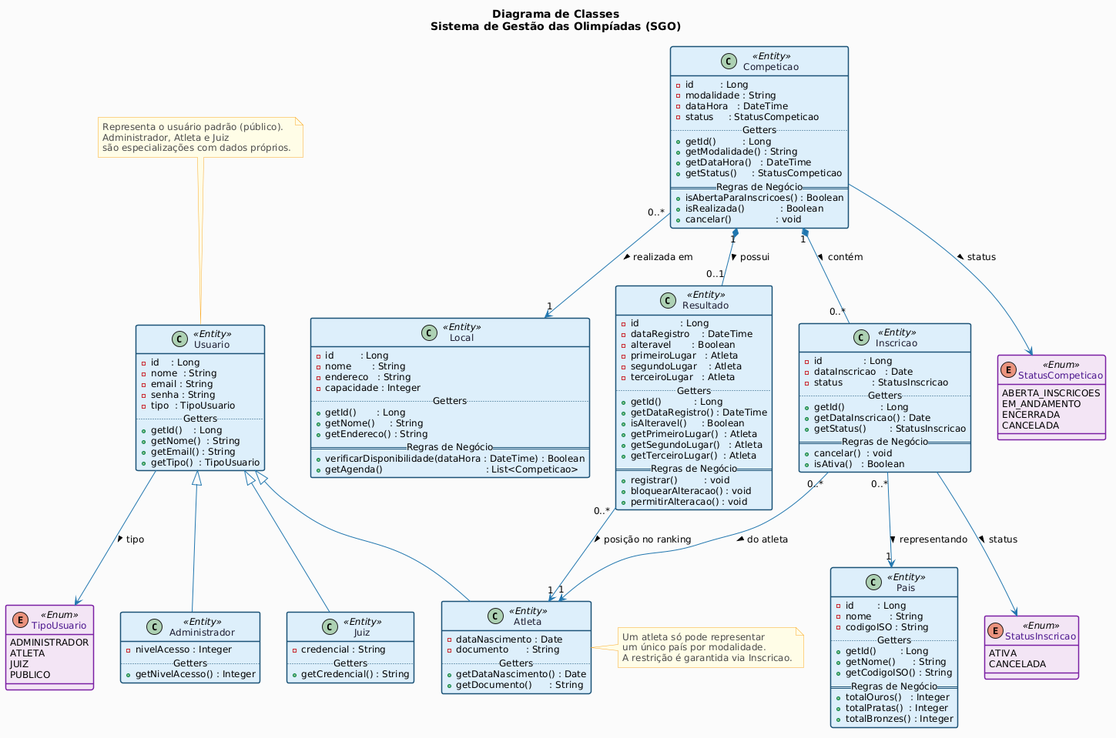
LauraPontara/projeto-de-software keeps this PlantUML diagram as sgo/imagens/diagrama-de-classes.png. Above is the earlier version. Its source is kept beside it as sgo/codigos/diagrama-de-classes.puml. Its diagram source:
```plantuml
@startuml diagrama-de-classes-sgo

title Diagrama de Classes\nSistema de Gestão das Olimpíadas (SGO)

skinparam backgroundColor #FAFAFA
skinparam shadowing false
skinparam defaultFontName Arial
skinparam defaultFontSize 12
skinparam classAttributeIconSize 8

skinparam class {
  BackgroundColor       #EAF4FB
  BorderColor           #2176AE
  FontColor             #1A1A2E
  HeaderBackgroundColor #BBDEFB
  BorderThickness       1.5
  ArrowColor            #2176AE
}

skinparam class {
  BackgroundColor<<Entity>>  #DCEEFB
  BorderColor<<Entity>>      #1A5276

  BackgroundColor<<Enum>>    #F3E5F5
  BorderColor<<Enum>>        #7B1FA2
  FontColor<<Enum>>          #4A148C
}

skinparam package {
  BackgroundColor #F0F7FF
  BorderColor     #1A5276
  FontColor       #1A5276
  FontStyle       bold
  BorderThickness 2
}

skinparam note {
  BackgroundColor #FFFDE7
  BorderColor     #F9A825
  FontColor       #4A4A4A
}


enum TipoUsuario <<Enum>> {
  ADMINISTRADOR
  ATLETA
  JUIZ
  PUBLICO
}

enum StatusCompeticao <<Enum>> {
  ABERTA_INSCRICOES
  EM_ANDAMENTO
  ENCERRADA
  CANCELADA
}

enum StatusInscricao <<Enum>> {
  ATIVA
  CANCELADA
}


class Usuario <<Entity>> {
  - id    : Long
  - nome  : String
  - email : String
  - senha : String
  - tipo  : TipoUsuario
  .. Getters ..
  + getId()    : Long
  + getNome()  : String
  + getEmail() : String
  + getTipo()  : TipoUsuario
}

class Administrador <<Entity>> {
  - nivelAcesso : Integer
  .. Getters ..
  + getNivelAcesso() : Integer
}

class Atleta <<Entity>> {
  - dataNascimento : Date
  - documento      : String
  .. Getters ..
  + getDataNascimento() : Date
  + getDocumento()      : String
}

class Juiz <<Entity>> {
  - credencial : String
  .. Getters ..
  + getCredencial() : String
}

Usuario <|-- Administrador
Usuario <|-- Atleta
Usuario <|-- Juiz


class Pais <<Entity>> {
  - id        : Long
  - nome      : String
  - codigoISO : String
  .. Getters ..
  + getId()        : Long
  + getNome()      : String
  + getCodigoISO() : String
  == Regras de Negócio ==
  + totalOuros()   : Integer
  + totalPratas()  : Integer
  + totalBronzes() : Integer
}

class Competicao <<Entity>> {
  - id         : Long
  - modalidade : String
  - dataHora   : DateTime
  - status     : StatusCompeticao
  .. Getters ..
  + getId()         : Long
  + getModalidade() : String
  + getDataHora()   : DateTime
  + getStatus()     : StatusCompeticao
  == Regras de Negócio ==
  + isAbertaParaInscricoes() : Boolean
  + isRealizada()            : Boolean
  + cancelar()               : void
}

class Local <<Entity>> {
  - id         : Long
  - nome       : String
  - endereco   : String
  - capacidade : Integer
  .. Getters ..
  + getId()       : Long
  + getNome()     : String
  + getEndereco() : String
  == Regras de Negócio ==
  + verificarDisponibilidade(dataHora : DateTime) : Boolean
  + getAgenda()                                   : List<Competicao>
}

class Inscricao <<Entity>> {
  - id              : Long
  - dataInscricao   : Date
  - status          : StatusInscricao
  .. Getters ..
  + getId()            : Long
  + getDataInscricao() : Date
  + getStatus()        : StatusInscricao
  == Regras de Negócio ==
  + cancelar()  : void
  + isAtiva()   : Boolean
}

class Resultado <<Entity>> {
  - id              : Long
  - dataRegistro    : DateTime
  - alteravel       : Boolean
  - primeiroLugar   : Atleta
  - segundoLugar    : Atleta
  - terceiroLugar   : Atleta
  .. Getters ..
  + getId()           : Long
  + getDataRegistro() : DateTime
  + isAlteravel()     : Boolean
  + getPrimeiroLugar()  : Atleta
  + getSegundoLugar()   : Atleta
  + getTerceiroLugar()  : Atleta
  == Regras de Negócio ==
  + registrar()         : void
  + bloquearAlteracao() : void
  + permitirAlteracao() : void
}


Competicao "0..*" --> "1" Local : realizada em >

Competicao "1" *-- "0..*" Inscricao : contém >

Competicao "1" *-- "0..1" Resultado : possui >

Inscricao "0..*" --> "1" Atleta : do atleta >

Inscricao "0..*" --> "1" Pais : representando >

Resultado "0..*" --> "1" Atleta : posição no ranking >


Usuario    --> TipoUsuario      : tipo >
Competicao --> StatusCompeticao : status >
Inscricao  --> StatusInscricao  : status >


note top of Usuario
  Representa o usuário padrão (público).
  Administrador, Atleta e Juiz
  são especializações com dados próprios.
end note

note right of Atleta
  Um atleta só pode representar
  um único país por modalidade.
  A restrição é garantida via Inscricao.
end note


@enduml
```
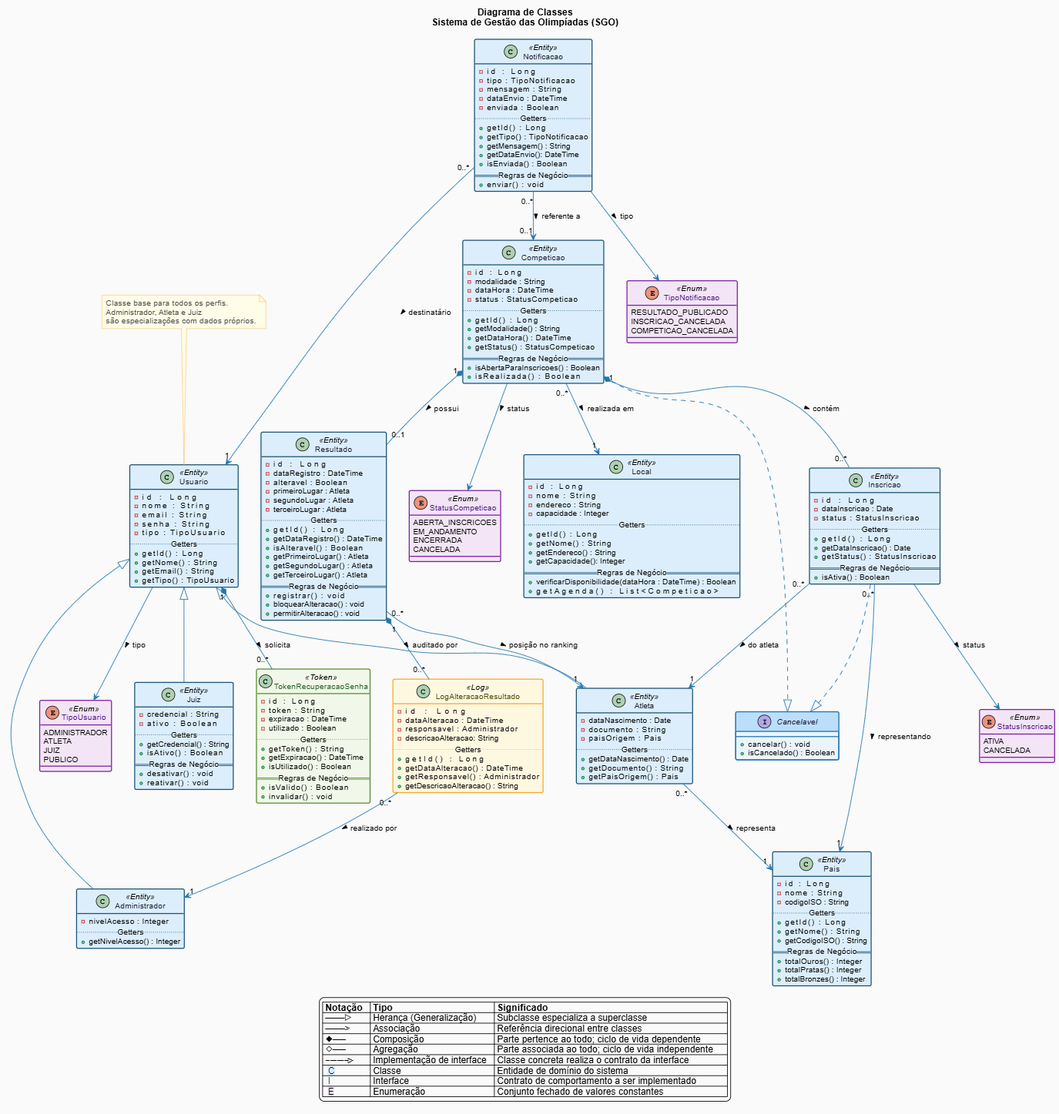
The same file after the commit.

Commit message:
Atualiza diagrama de classes

Diff of the diagram source:
```diff
@@ -24,6 +24,14 @@
   BackgroundColor<<Enum>>    #F3E5F5
   BorderColor<<Enum>>        #7B1FA2
   FontColor<<Enum>>          #4A148C
+
+  BackgroundColor<<Log>>     #FFF8E1
+  BorderColor<<Log>>         #F9A825
+  FontColor<<Log>>           #4A4A00
+
+  BackgroundColor<<Token>>   #F1F8E9
+  BorderColor<<Token>>       #558B2F
+  FontColor<<Token>>         #1B5E20
 }
 
 skinparam package {
@@ -60,22 +68,34 @@
   CANCELADA
 }
 
+enum TipoNotificacao <<Enum>> {
+  RESULTADO_PUBLICADO
+  INSCRICAO_CANCELADA
+  COMPETICAO_CANCELADA
+}
+
+
+interface Cancelavel {
+  + cancelar()    : void
+  + isCancelado() : Boolean
+}
+
 
 class Usuario <<Entity>> {
-  - id    : Long
-  - nome  : String
-  - email : String
-  - senha : String
-  - tipo  : TipoUsuario
+  - id             : Long
+  - nome           : String
+  - email          : String
+  - senha          : String
+  - tipo           : TipoUsuario
   .. Getters ..
-  + getId()    : Long
-  + getNome()  : String
-  + getEmail() : String
-  + getTipo()  : TipoUsuario
+  + getId()        : Long
+  + getNome()      : String
+  + getEmail()     : String
+  + getTipo()      : TipoUsuario
 }
 
 class Administrador <<Entity>> {
-  - nivelAcesso : Integer
+  - nivelAcesso    : Integer
   .. Getters ..
   + getNivelAcesso() : Integer
 }
@@ -83,20 +103,44 @@
 class Atleta <<Entity>> {
   - dataNascimento : Date
   - documento      : String
+  - paisOrigem     : Pais
   .. Getters ..
   + getDataNascimento() : Date
   + getDocumento()      : String
+  + getPaisOrigem()     : Pais
 }
 
 class Juiz <<Entity>> {
-  - credencial : String
+  - credencial     : String
+  - ativo          : Boolean
   .. Getters ..
   + getCredencial() : String
+  + isAtivo()       : Boolean
+  == Regras de Negócio ==
+  + desativar()     : void
+  + reativar()      : void
 }
 
 Usuario <|-- Administrador
 Usuario <|-- Atleta
 Usuario <|-- Juiz
+
+
+class TokenRecuperacaoSenha <<Token>> {
+  - id         : Long
+  - token      : String
+  - expiracao  : DateTime
+  - utilizado  : Boolean
+  .. Getters ..
+  + getToken()      : String
+  + getExpiracao()  : DateTime
+  + isUtilizado()   : Boolean
+  == Regras de Negócio ==
+  + isValido()      : Boolean
+  + invalidar()     : void
+}
+
+Usuario "1" *-- "0..*" TokenRecuperacaoSenha : solicita >
 
 
 class Pais <<Entity>> {
@@ -113,6 +157,21 @@
   + totalBronzes() : Integer
 }
 
+class Local <<Entity>> {
+  - id         : Long
+  - nome       : String
+  - endereco   : String
+  - capacidade : Integer
+  .. Getters ..
+  + getId()        : Long
+  + getNome()      : String
+  + getEndereco()  : String
+  + getCapacidade(): Integer
+  == Regras de Negócio ==
+  + verificarDisponibilidade(dataHora : DateTime) : Boolean
+  + getAgenda()                                   : List<Competicao>
+}
+
 class Competicao <<Entity>> {
   - id         : Long
   - modalidade : String
@@ -126,47 +185,31 @@
   == Regras de Negócio ==
   + isAbertaParaInscricoes() : Boolean
   + isRealizada()            : Boolean
-  + cancelar()               : void
-}
-
-class Local <<Entity>> {
-  - id         : Long
-  - nome       : String
-  - endereco   : String
-  - capacidade : Integer
-  .. Getters ..
-  + getId()       : Long
-  + getNome()     : String
-  + getEndereco() : String
-  == Regras de Negócio ==
-  + verificarDisponibilidade(dataHora : DateTime) : Boolean
-  + getAgenda()                                   : List<Competicao>
 }
 
 class Inscricao <<Entity>> {
-  - id              : Long
-  - dataInscricao   : Date
-  - status          : StatusInscricao
+  - id            : Long
+  - dataInscricao : Date
+  - status        : StatusInscricao
   .. Getters ..
   + getId()            : Long
   + getDataInscricao() : Date
   + getStatus()        : StatusInscricao
   == Regras de Negócio ==
-  + cancelar()  : void
   + isAtiva()   : Boolean
 }
 
 class Resultado <<Entity>> {
-  - id              : Long
-  - dataRegistro    : DateTime
-  - alteravel       : Boolean
-  - primeiroLugar   : Atleta
-  - segundoLugar    : Atleta
-  - terceiroLugar   : Atleta
+  - id            : Long
+  - dataRegistro  : DateTime
+  - alteravel     : Boolean
+  - primeiroLugar : Atleta
+  - segundoLugar  : Atleta
+  - terceiroLugar : Atleta
   .. Getters ..
-  + getId()           : Long
-  + getDataRegistro() : DateTime
-  + isAlteravel()     : Boolean
+  + getId()             : Long
+  + getDataRegistro()   : DateTime
+  + isAlteravel()       : Boolean
   + getPrimeiroLugar()  : Atleta
   + getSegundoLugar()   : Atleta
   + getTerceiroLugar()  : Atleta
@@ -177,11 +220,52 @@
 }
 
 
+class LogAlteracaoResultado <<Log>> {
+  - id                : Long
+  - dataAlteracao     : DateTime
+  - responsavel       : Administrador
+  - descricaoAlteracao: String
+  .. Getters ..
+  + getId()                 : Long
+  + getDataAlteracao()      : DateTime
+  + getResponsavel()        : Administrador
+  + getDescricaoAlteracao() : String
+}
+
+Resultado "1" *-- "0..*" LogAlteracaoResultado : auditado por >
+
+
+class Notificacao <<Entity>> {
+  - id          : Long
+  - tipo        : TipoNotificacao
+  - mensagem    : String
+  - dataEnvio   : DateTime
+  - enviada     : Boolean
+  .. Getters ..
+  + getId()       : Long
+  + getTipo()     : TipoNotificacao
+  + getMensagem() : String
+  + getDataEnvio(): DateTime
+  + isEnviada()   : Boolean
+  == Regras de Negócio ==
+  + enviar()      : void
+}
+
+Notificacao "0..*" --> "1" Usuario : destinatário >
+
+Notificacao "0..*" --> "0..1" Competicao : referente a >
+
+
+Atleta "0..*" --> "1" Pais : representa >
+
 Competicao "0..*" --> "1" Local : realizada em >
 
 Competicao "1" *-- "0..*" Inscricao : contém >
 
 Competicao "1" *-- "0..1" Resultado : possui >
+
+Competicao ..|> Cancelavel
+Inscricao  ..|> Cancelavel
 
 Inscricao "0..*" --> "1" Atleta : do atleta >
 
@@ -189,23 +273,32 @@
 
 Resultado "0..*" --> "1" Atleta : posição no ranking >
 
+LogAlteracaoResultado "0..*" --> "1" Administrador : realizado por >
 
-Usuario    --> TipoUsuario      : tipo >
-Competicao --> StatusCompeticao : status >
-Inscricao  --> StatusInscricao  : status >
+
+Usuario    --> TipoUsuario       : tipo >
+Competicao --> StatusCompeticao  : status >
+Inscricao  --> StatusInscricao   : status >
+Notificacao --> TipoNotificacao  : tipo >
 
 
 note top of Usuario
-  Representa o usuário padrão (público).
+  Classe base para todos os perfis.
   Administrador, Atleta e Juiz
   são especializações com dados próprios.
 end note
 
-note right of Atleta
-  Um atleta só pode representar
-  um único país por modalidade.
-  A restrição é garantida via Inscricao.
-end note
 
+legend bottom
+  |= Notação   |= Tipo                       |= Significado                                            |
+  | ───▷      | Herança (Generalização)      | Subclasse especializa a superclasse                     |
+  | ───>       | Associação                   | Referência direcional entre classes                     |
+  | ◆──       | Composição                   | Parte pertence ao todo; ciclo de vida dependente        |
+  | ◇──       | Agregação                    | Parte associada ao todo; ciclo de vida independente     |
+  | ╌╌╌▷      | Implementação de interface   | Classe concreta realiza o contrato da interface         |
+  |<back:#DCEEFB>  C  </back>| Classe       | Entidade de domínio do sistema                          |
+  |<back:#EAF4FB>  I  </back>| Interface    | Contrato de comportamento a ser implementado            |
+  |<back:#F3E5F5>  E  </back>| Enumeração   | Conjunto fechado de valores constantes                  |
+endlegend
 
 @enduml
```
